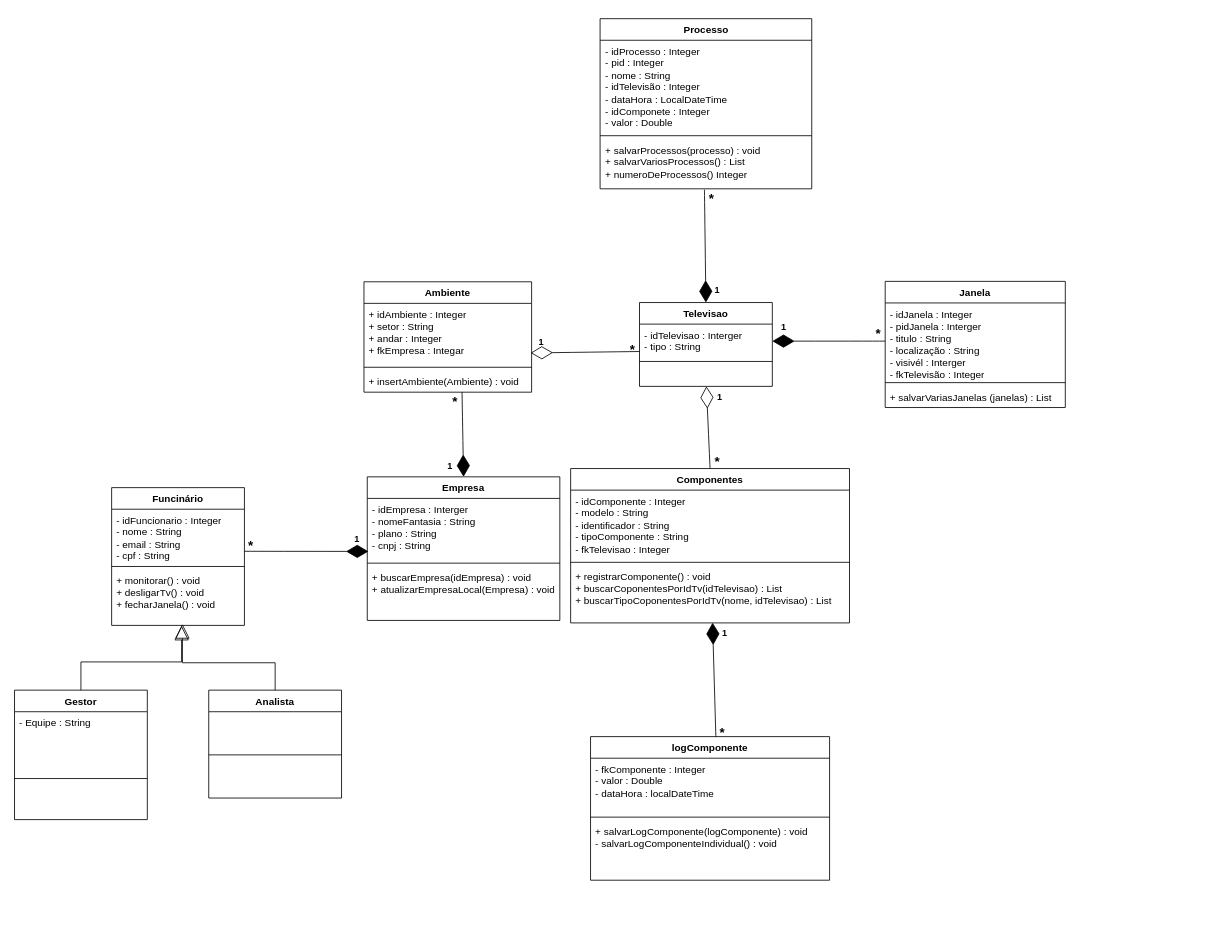
Before: Diagrama de Classe/DiagramaDeClasseLiSync.drawio in CorporateTV/FileArchive, a draw.io diagram. Source tidied: cells renumbered, new cells numbered last; positions are measured from the earlier drawing's top-left corner, leaving out a move shared by most shapes. Both pictures are drawn from the tidied source at 83%, with x=0, y=0 at pixel (14, 18).
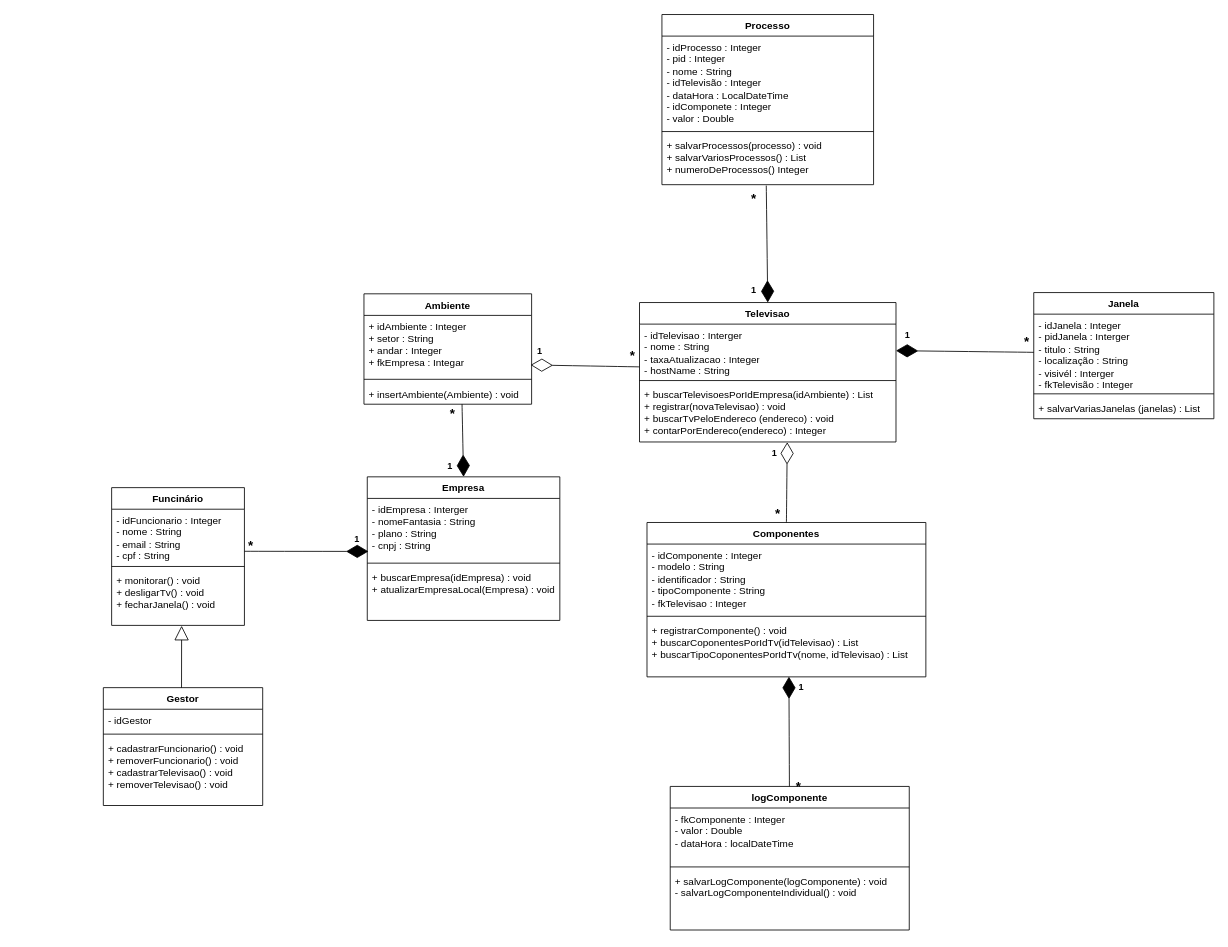
After the change.

Commit message:
Diagrama de Classe

The change refers to these unchanged cells:
```xml
<mxCell id="9" value="+ monitorar() : void&lt;div&gt;+ desligarTv() : void&lt;/div&gt;&lt;div&gt;+ fecharJanela() : void&lt;/div&gt;" style="text;strokeColor=none;fillColor=none;align=left;verticalAlign=top;spacingLeft=4;spacingRight=4;overflow=hidden;points=[[0,0.5],[1,0.5]];portConstraint=eastwest;whiteSpace=wrap;html=1;" parent="6" vertex="1">
  <mxGeometry y="99" width="160" height="67" as="geometry" />
</mxCell>
<mxCell id="41" value="+ registrarComponente() : void&lt;div&gt;+ buscarCoponentesPorIdTv(idTelevisao) : List&lt;/div&gt;&lt;div&gt;+ buscarTipoCoponentesPorIdTv(nome, idTelevisao) : List&lt;br&gt;&lt;/div&gt;" style="text;strokeColor=none;fillColor=none;align=left;verticalAlign=top;spacingLeft=4;spacingRight=4;overflow=hidden;points=[[0,0.5],[1,0.5]];portConstraint=eastwest;whiteSpace=wrap;html=1;" parent="38" vertex="1">
  <mxGeometry y="117" width="336" height="69" as="geometry" />
</mxCell>
```

Diff of the diagram source:
```diff
@@
     <mxCell id="12" value="Televisao" style="swimlane;fontStyle=1;align=center;verticalAlign=top;horizontal=1;startSize=26;whiteSpace=wrap;html=1;" parent="1" vertex="1">
-      <mxGeometry x="753" y="342" width="160" height="101" as="geometry" />
+      <mxGeometry x="753" y="342" width="309" height="168" as="geometry" />
     </mxCell>
-    <mxCell id="13" value="- idTelevisao : Interger&lt;div&gt;- tipo : String&lt;/div&gt;" style="text;strokeColor=none;fillColor=none;align=left;verticalAlign=top;spacingLeft=4;spacingRight=4;overflow=hidden;points=[[0,0.5],[1,0.5]];portConstraint=eastwest;whiteSpace=wrap;html=1;" parent="12" vertex="1">
-      <mxGeometry y="26" width="160" height="41" as="geometry" />
+    <mxCell id="13" value="- idTelevisao : Interger&lt;div&gt;- nome : String&lt;/div&gt;&lt;div&gt;- taxaAtualizacao : Integer&lt;/div&gt;&lt;div&gt;- hostName : String&lt;/div&gt;" style="text;strokeColor=none;fillColor=none;align=left;verticalAlign=top;spacingLeft=4;spacingRight=4;overflow=hidden;points=[[0,0.5],[1,0.5]];portConstraint=eastwest;whiteSpace=wrap;html=1;" parent="12" vertex="1">
+      <mxGeometry y="26" width="309" height="64" as="geometry" />
     </mxCell>
     <mxCell id="14" style="line;strokeWidth=1;fillColor=none;align=left;verticalAlign=middle;spacingTop=-1;spacingLeft=3;spacingRight=3;labelPosition=right;strokeColor=inherit;" parent="12" vertex="1">
-      <mxGeometry y="67" width="160" height="8" as="geometry" />
+      <mxGeometry y="90" width="309" height="8" as="geometry" />
     </mxCell>
-    <mxCell id="15" value="&amp;nbsp; &amp;nbsp; &amp;nbsp; &amp;nbsp; &amp;nbsp; &amp;nbsp; &amp;nbsp;&amp;nbsp;" style="text;strokeColor=none;fillColor=none;align=left;verticalAlign=top;spacingLeft=4;spacingRight=4;overflow=hidden;points=[[0,0.5],[1,0.5]];portConstraint=eastwest;whiteSpace=wrap;html=1;" parent="12" vertex="1">
-      <mxGeometry y="75" width="160" height="26" as="geometry" />
+    <mxCell id="15" value="&lt;div&gt;+ buscarTelevisoesPorIdEmpresa(idAmbiente) : List&lt;/div&gt;+ registrar(novaTelevisao) : void&lt;div&gt;+ buscarTvPeloEndereco (endereco) : void&lt;/div&gt;&lt;div&gt;+ contarPorEndereco(endereco) : Integer&lt;/div&gt;" style="text;strokeColor=none;fillColor=none;align=left;verticalAlign=top;spacingLeft=4;spacingRight=4;overflow=hidden;points=[[0,0.5],[1,0.5]];portConstraint=eastwest;whiteSpace=wrap;html=1;" parent="12" vertex="1">
+      <mxGeometry y="98" width="309" height="70" as="geometry" />
     </mxCell>
@@
     <mxCell id="17" value="&lt;b&gt;*&lt;/b&gt;" style="text;html=1;align=center;verticalAlign=middle;whiteSpace=wrap;rounded=0;fontSize=16;" parent="1" vertex="1">
-      <mxGeometry x="737" y="387" width="16" height="22" as="geometry" />
+      <mxGeometry x="737" y="395" width="16" height="22" as="geometry" />
     </mxCell>
     <mxCell id="18" value="&lt;span style=&quot;font-size: 11px;&quot;&gt;&lt;b&gt;1&lt;/b&gt;&lt;/span&gt;" style="text;html=1;align=center;verticalAlign=middle;whiteSpace=wrap;rounded=0;fontSize=16;" parent="1" vertex="1">
-      <mxGeometry x="627" y="377" width="16" height="22" as="geometry" />
+      <mxGeometry x="625" y="387" width="16" height="22" as="geometry" />
     </mxCell>
     <mxCell id="19" value="Ambiente" style="swimlane;fontStyle=1;align=center;verticalAlign=top;horizontal=1;startSize=26;whiteSpace=wrap;html=1;" parent="1" vertex="1">
-      <mxGeometry x="421" y="317" width="202" height="133" as="geometry" />
+      <mxGeometry x="421" y="331.5" width="202" height="133" as="geometry" />
     </mxCell>
@@
     <mxCell id="23" value="&lt;b&gt;*&lt;/b&gt;" style="text;html=1;align=center;verticalAlign=middle;whiteSpace=wrap;rounded=0;fontSize=16;" parent="1" vertex="1">
-      <mxGeometry x="523" y="450" width="16" height="22" as="geometry" />
+      <mxGeometry x="520" y="464.5" width="16" height="22" as="geometry" />
     </mxCell>
@@
-    <mxCell id="25" value="Analista" style="swimlane;fontStyle=1;align=center;verticalAlign=top;horizontal=1;startSize=26;whiteSpace=wrap;html=1;" parent="1" vertex="1">
-      <mxGeometry x="234" y="809" width="160" height="130" as="geometry" />
-    </mxCell>
-    <mxCell id="26" style="line;strokeWidth=1;fillColor=none;align=left;verticalAlign=middle;spacingTop=-1;spacingLeft=3;spacingRight=3;labelPosition=right;strokeColor=inherit;" parent="25" vertex="1">
-      <mxGeometry y="26" width="160" height="104" as="geometry" />
-    </mxCell>
-    <mxCell id="27" value="Gestor" style="swimlane;fontStyle=1;align=center;verticalAlign=top;horizontal=1;startSize=26;whiteSpace=wrap;html=1;" parent="1" vertex="1">
-      <mxGeometry y="809" width="160" height="156" as="geometry" />
-    </mxCell>
-    <mxCell id="28" value="- Equipe : String" style="text;strokeColor=none;fillColor=none;align=left;verticalAlign=top;spacingLeft=4;spacingRight=4;overflow=hidden;whiteSpace=wrap;html=1;" parent="27" vertex="1">
-      <mxGeometry y="26" width="160" height="31" as="geometry" />
-    </mxCell>
-    <mxCell id="29" style="line;strokeWidth=1;fillColor=none;align=left;verticalAlign=middle;spacingTop=-1;spacingLeft=3;spacingRight=3;labelPosition=right;strokeColor=inherit;" parent="27" vertex="1">
-      <mxGeometry y="57" width="160" height="99" as="geometry" />
-    </mxCell>
     <mxCell id="30" value="Janela" style="swimlane;fontStyle=1;align=center;verticalAlign=top;horizontal=1;startSize=26;whiteSpace=wrap;html=1;" parent="1" vertex="1">
-      <mxGeometry x="1049" y="316.5" width="217" height="152" as="geometry" />
+      <mxGeometry x="1228" y="330" width="217" height="152" as="geometry" />
     </mxCell>
@@
     <mxCell id="35" value="&lt;b&gt;*&lt;/b&gt;" style="text;html=1;align=center;verticalAlign=middle;whiteSpace=wrap;rounded=0;fontSize=16;" parent="1" vertex="1">
-      <mxGeometry x="1033" y="368" width="16" height="22" as="geometry" />
+      <mxGeometry x="1212" y="378" width="16" height="22" as="geometry" />
     </mxCell>
     <mxCell id="36" value="&lt;span style=&quot;font-size: 11px;&quot;&gt;&lt;b&gt;1&lt;/b&gt;&lt;/span&gt;" style="text;html=1;align=center;verticalAlign=middle;whiteSpace=wrap;rounded=0;fontSize=16;" parent="1" vertex="1">
-      <mxGeometry x="919" y="359" width="16" height="22" as="geometry" />
+      <mxGeometry x="1068" y="368" width="16" height="22" as="geometry" />
     </mxCell>
@@
     <mxCell id="38" value="Componentes" style="swimlane;fontStyle=1;align=center;verticalAlign=top;horizontal=1;startSize=26;whiteSpace=wrap;html=1;" parent="1" vertex="1">
-      <mxGeometry x="670" y="542" width="336" height="186" as="geometry" />
+      <mxGeometry x="762" y="607" width="336" height="186" as="geometry" />
     </mxCell>
@@
     <mxCell id="42" value="&lt;b&gt;*&lt;/b&gt;" style="text;html=1;align=center;verticalAlign=middle;whiteSpace=wrap;rounded=0;fontSize=16;" parent="1" vertex="1">
-      <mxGeometry x="839" y="523" width="16" height="22" as="geometry" />
+      <mxGeometry x="912" y="585" width="16" height="22" as="geometry" />
     </mxCell>
-    <mxCell id="43" style="edgeStyle=none;curved=1;rounded=0;jettySize=auto;html=1;fontSize=12;startSize=8;endSize=8;" parent="1" edge="1" source="44" target="15">
-      <mxGeometry relative="1" as="geometry" />
-    </mxCell>
     <mxCell id="44" value="&lt;span style=&quot;font-size: 11px;&quot;&gt;&lt;b&gt;1&lt;/b&gt;&lt;/span&gt;" style="text;html=1;align=center;verticalAlign=middle;whiteSpace=wrap;rounded=0;fontSize=16;" parent="1" vertex="1">
-      <mxGeometry x="842" y="443" width="16" height="22" as="geometry" />
+      <mxGeometry x="908" y="510" width="16" height="22" as="geometry" />
     </mxCell>
     <mxCell id="45" value="Processo" style="swimlane;fontStyle=1;align=center;verticalAlign=top;horizontal=1;startSize=26;whiteSpace=wrap;html=1;" parent="1" vertex="1">
-      <mxGeometry x="705.5" width="255" height="205" as="geometry" />
+      <mxGeometry x="780" y="-5" width="255" height="205" as="geometry" />
     </mxCell>
@@
     <mxCell id="49" value="logComponente" style="swimlane;fontStyle=1;align=center;verticalAlign=top;horizontal=1;startSize=26;whiteSpace=wrap;html=1;" parent="1" vertex="1">
-      <mxGeometry x="694" y="865" width="288" height="173" as="geometry" />
+      <mxGeometry x="790" y="925" width="288" height="173" as="geometry" />
     </mxCell>
@@
-    <mxCell id="53" style="endArrow=diamondThin;endFill=1;endSize=24;html=1;rounded=0;fontSize=12;curved=1;entryX=0.509;entryY=0.996;entryDx=0;entryDy=0;entryPerimeter=0;exitX=0;exitY=0.75;exitDx=0;exitDy=0;" parent="1" edge="1" source="54" target="41">
+    <mxCell id="53" style="endArrow=diamondThin;endFill=1;endSize=24;html=1;rounded=0;fontSize=12;curved=1;entryX=0.509;entryY=0.996;entryDx=0;entryDy=0;entryPerimeter=0;" parent="1" edge="1" source="49" target="41">
       <mxGeometry relative="1" as="geometry" />
     </mxCell>
     <mxCell id="54" value="&lt;b&gt;*&lt;/b&gt;" style="text;html=1;align=center;verticalAlign=middle;whiteSpace=wrap;rounded=0;fontSize=16;" parent="1" vertex="1">
-      <mxGeometry x="845" y="849" width="16" height="22" as="geometry" />
+      <mxGeometry x="937" y="914" width="16" height="22" as="geometry" />
     </mxCell>
     <mxCell id="55" value="&lt;span style=&quot;font-size: 11px;&quot;&gt;&lt;b&gt;1&lt;/b&gt;&lt;/span&gt;" style="text;html=1;align=center;verticalAlign=middle;whiteSpace=wrap;rounded=0;fontSize=16;" parent="1" vertex="1">
-      <mxGeometry x="848" y="727" width="16" height="22" as="geometry" />
+      <mxGeometry x="940" y="792" width="16" height="22" as="geometry" />
     </mxCell>
@@
     <mxCell id="57" value="&lt;span style=&quot;font-size: 11px;&quot;&gt;&lt;b&gt;1&lt;/b&gt;&lt;/span&gt;" style="text;html=1;align=center;verticalAlign=middle;whiteSpace=wrap;rounded=0;fontSize=16;" parent="1" vertex="1">
-      <mxGeometry x="839" y="314" width="16" height="22" as="geometry" />
+      <mxGeometry x="883" y="314" width="16" height="22" as="geometry" />
     </mxCell>
     <mxCell id="58" value="&lt;b&gt;*&lt;/b&gt;" style="text;html=1;align=center;verticalAlign=middle;whiteSpace=wrap;rounded=0;fontSize=16;" parent="1" vertex="1">
-      <mxGeometry x="832" y="205" width="16" height="22" as="geometry" />
+      <mxGeometry x="883" y="205" width="16" height="22" as="geometry" />
     </mxCell>
-    <mxCell id="59" style="endArrow=diamondThin;endFill=0;endSize=24;html=1;rounded=0;fontSize=12;curved=1;exitX=0.5;exitY=0;exitDx=0;exitDy=0;" parent="1" edge="1" source="38" target="15">
+    <mxCell id="59" style="endArrow=diamondThin;endFill=0;endSize=24;html=1;rounded=0;fontSize=12;curved=1;exitX=0.5;exitY=0;exitDx=0;exitDy=0;entryX=0.576;entryY=1.004;entryDx=0;entryDy=0;entryPerimeter=0;" parent="1" edge="1" source="38" target="15">
       <mxGeometry relative="1" as="geometry" />
     </mxCell>
@@
-    <mxCell id="62" style="edgeStyle=orthogonalEdgeStyle;rounded=0;jettySize=auto;html=1;entryX=0.527;entryY=1.006;entryDx=0;entryDy=0;entryPerimeter=0;fontSize=12;startSize=8;endSize=15;strokeColor=default;align=center;verticalAlign=middle;fontFamily=Helvetica;fontColor=default;labelBackgroundColor=default;endArrow=block;endFill=0;" parent="1" edge="1" source="27" target="9">
-      <mxGeometry relative="1" as="geometry" />
+    <mxCell id="62" style="rounded=0;jettySize=auto;html=1;entryX=0.527;entryY=1.006;entryDx=0;entryDy=0;entryPerimeter=0;fontSize=12;startSize=8;endSize=15;strokeColor=default;align=center;verticalAlign=middle;fontFamily=Helvetica;fontColor=default;labelBackgroundColor=default;endArrow=block;endFill=0;" parent="1" edge="1" target="9">
+      <mxGeometry relative="1" as="geometry">
+        <mxPoint x="201.2" y="810" as="sourcePoint" />
+      </mxGeometry>
     </mxCell>
-    <mxCell id="63" style="edgeStyle=orthogonalEdgeStyle;rounded=0;jettySize=auto;html=1;entryX=0.533;entryY=0.975;entryDx=0;entryDy=0;entryPerimeter=0;fontSize=12;startSize=8;endSize=15;endArrow=block;endFill=0;" parent="1" edge="1" source="25" target="9">
-      <mxGeometry relative="1" as="geometry">
-        <Array as="points">
-          <mxPoint x="314" y="776" />
-          <mxPoint x="202" y="776" />
-        </Array>
-      </mxGeometry>
-    </mxCell>
+    <mxCell id="27" value="Gestor" style="swimlane;fontStyle=1;align=center;verticalAlign=top;horizontal=1;startSize=26;whiteSpace=wrap;html=1;" parent="1" vertex="1">
+      <mxGeometry x="107" y="806" width="192" height="142" as="geometry" />
+    </mxCell>
+    <mxCell id="64" value="- idGestor" style="text;strokeColor=none;fillColor=none;align=left;verticalAlign=top;spacingLeft=4;spacingRight=4;overflow=hidden;whiteSpace=wrap;html=1;" parent="27" vertex="1">
+      <mxGeometry y="26" width="192" height="26" as="geometry" />
+    </mxCell>
+    <mxCell id="65" style="line;strokeWidth=1;fillColor=none;align=left;verticalAlign=middle;spacingTop=-1;spacingLeft=3;spacingRight=3;labelPosition=right;strokeColor=inherit;" parent="27" vertex="1">
+      <mxGeometry y="52" width="192" height="8" as="geometry" />
+    </mxCell>
+    <mxCell id="66" value="+ cadastrarFuncionario() : void&lt;div&gt;+ removerFuncionario() : void&lt;/div&gt;&lt;div&gt;+ cadastrarTelevisao() : void&lt;br&gt;+ removerTelevisao() : void&lt;/div&gt;" style="text;strokeColor=none;fillColor=none;align=left;verticalAlign=top;spacingLeft=4;spacingRight=4;overflow=hidden;whiteSpace=wrap;html=1;" parent="27" vertex="1">
+      <mxGeometry y="60" width="192" height="82" as="geometry" />
+    </mxCell>
```
